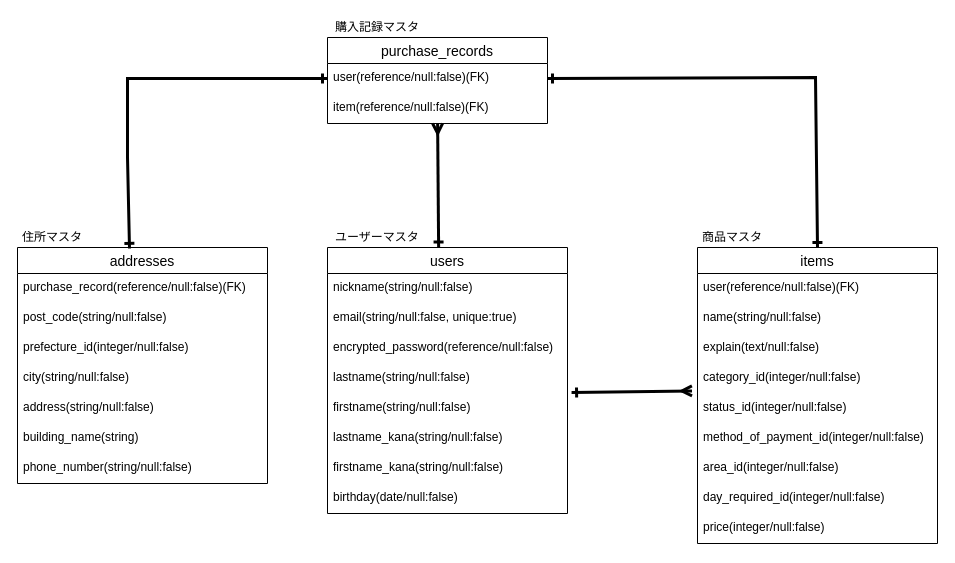
Shira3yuriharu/furima-32353 keeps this draw.io diagram as ER.dio. Above is the earlier version. Source tidied: cells renumbered, new cells numbered last; positions are measured from the earlier drawing's top-left corner, leaving out a move shared by most shapes. Both pictures are drawn from the tidied source at 100%, with x=0, y=0 at pixel (17, 17).
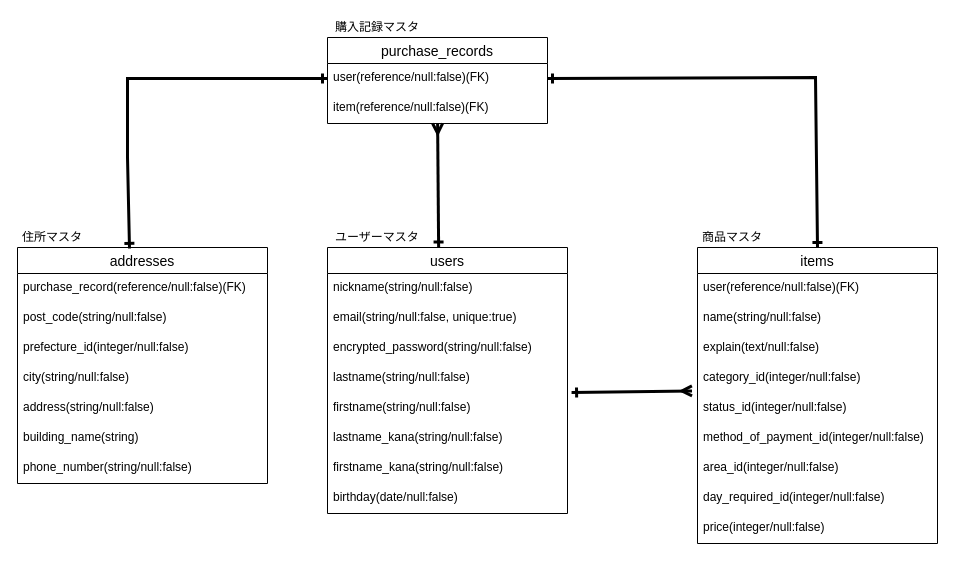
After the change.

Commit message (it also covers changes not shown here):
メンターの方からの指摘対応④

Unchanged cells that the change refers to:
```xml
<mxCell id="10" value="users" style="swimlane;fontStyle=0;horizontal=1;startSize=26;align=center;fontSize=14;" parent="1" vertex="1">
  <mxGeometry x="310" y="230" width="240" height="266" as="geometry" />
</mxCell>
```

Change to the diagram source:
```diff
@@
-    <mxCell id="13" value="encrypted_password(reference/null:false)" style="text;strokeColor=none;fillColor=none;spacingLeft=4;spacingRight=4;overflow=hidden;fontSize=12;" parent="10" vertex="1">
+    <mxCell id="13" value="encrypted_password(string/null:false)" style="text;strokeColor=none;fillColor=none;spacingLeft=4;spacingRight=4;overflow=hidden;fontSize=12;" parent="10" vertex="1">
       <mxGeometry y="86" width="240" height="30" as="geometry" />
     </mxCell>
```
